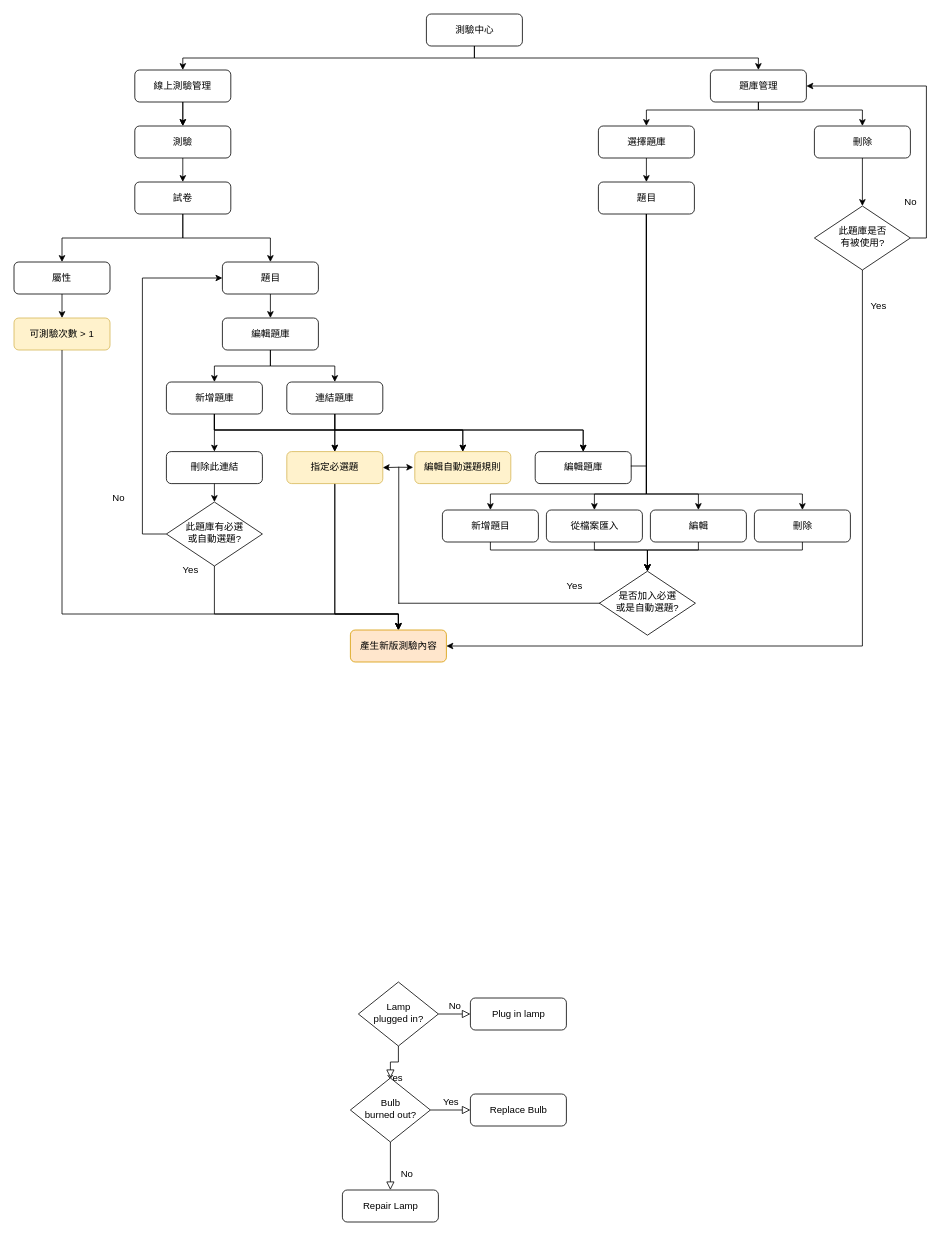
Earlier version of the draw.io diagram 未命名圖表.drawio (zs6184/test). Source tidied: cells renumbered, new cells numbered last; positions are measured from the earlier drawing's top-left corner, leaving out a move shared by most shapes. Both pictures are drawn from the tidied source at 80%, with x=0, y=0 at pixel (14, 14).
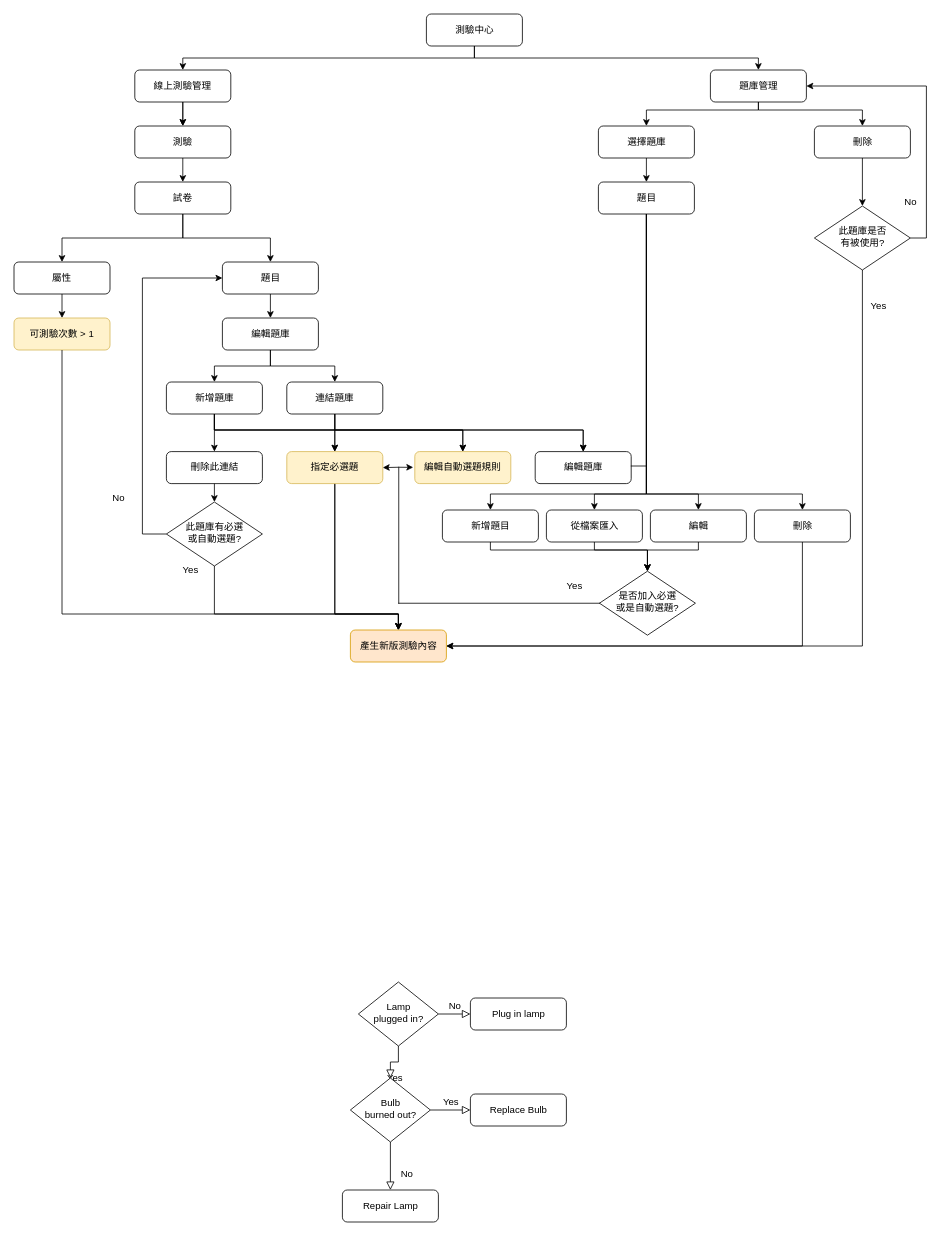
The same page after the edit.

Commit message:
測驗流程圖.drawio

The change refers to these unchanged cells:
```xml
<mxCell id="44" value="產生新版測驗內容" style="rounded=1;whiteSpace=wrap;html=1;fillColor=#ffe6cc;strokeColor=#d79b00;fontSize=12;" parent="1" vertex="1">
  <mxGeometry x="420.5" y="770" width="120" height="40" as="geometry" />
</mxCell>
<mxCell id="53" value="刪除" style="rounded=1;whiteSpace=wrap;html=1;fontSize=12;" parent="1" vertex="1">
  <mxGeometry x="925.5" y="620" width="120" height="40" as="geometry" />
</mxCell>
<mxCell id="78" value="是否加入必選&lt;br&gt;或是自動選題?" style="rhombus;whiteSpace=wrap;html=1;shadow=0;fontFamily=Helvetica;fontSize=12;align=center;strokeWidth=1;spacing=6;spacingTop=-4;" parent="1" vertex="1">
  <mxGeometry x="731.8" y="696.5" width="120" height="80" as="geometry" />
</mxCell>
```

Diff of the diagram source:
```diff
@@
-    <mxCell id="77" style="edgeStyle=elbowEdgeStyle;elbow=vertical;endArrow=classic;html=1;rounded=0;entryX=0.5;entryY=0;entryDx=0;entryDy=0;exitX=0.5;exitY=1;exitDx=0;exitDy=0;fontSize=12;" parent="1" edge="1" source="53" target="78">
-      <mxGeometry relative="1" as="geometry">
-        <Array as="points">
-          <mxPoint x="851" y="670" />
-          <mxPoint x="811" y="780" />
-          <mxPoint x="840.5" y="740" />
-          <mxPoint x="590.5" y="770" />
-        </Array>
-      </mxGeometry>
-    </mxCell>
@@
+    <mxCell id="84" style="edgeStyle=elbowEdgeStyle;elbow=vertical;endArrow=classic;html=1;rounded=0;fontSize=12;entryX=1;entryY=0.5;entryDx=0;entryDy=0;exitX=0.5;exitY=1;exitDx=0;exitDy=0;" parent="1" edge="1" source="53" target="44">
+      <mxGeometry relative="1" as="geometry">
+        <Array as="points">
+          <mxPoint x="871" y="790" />
+        </Array>
+      </mxGeometry>
+    </mxCell>
```
